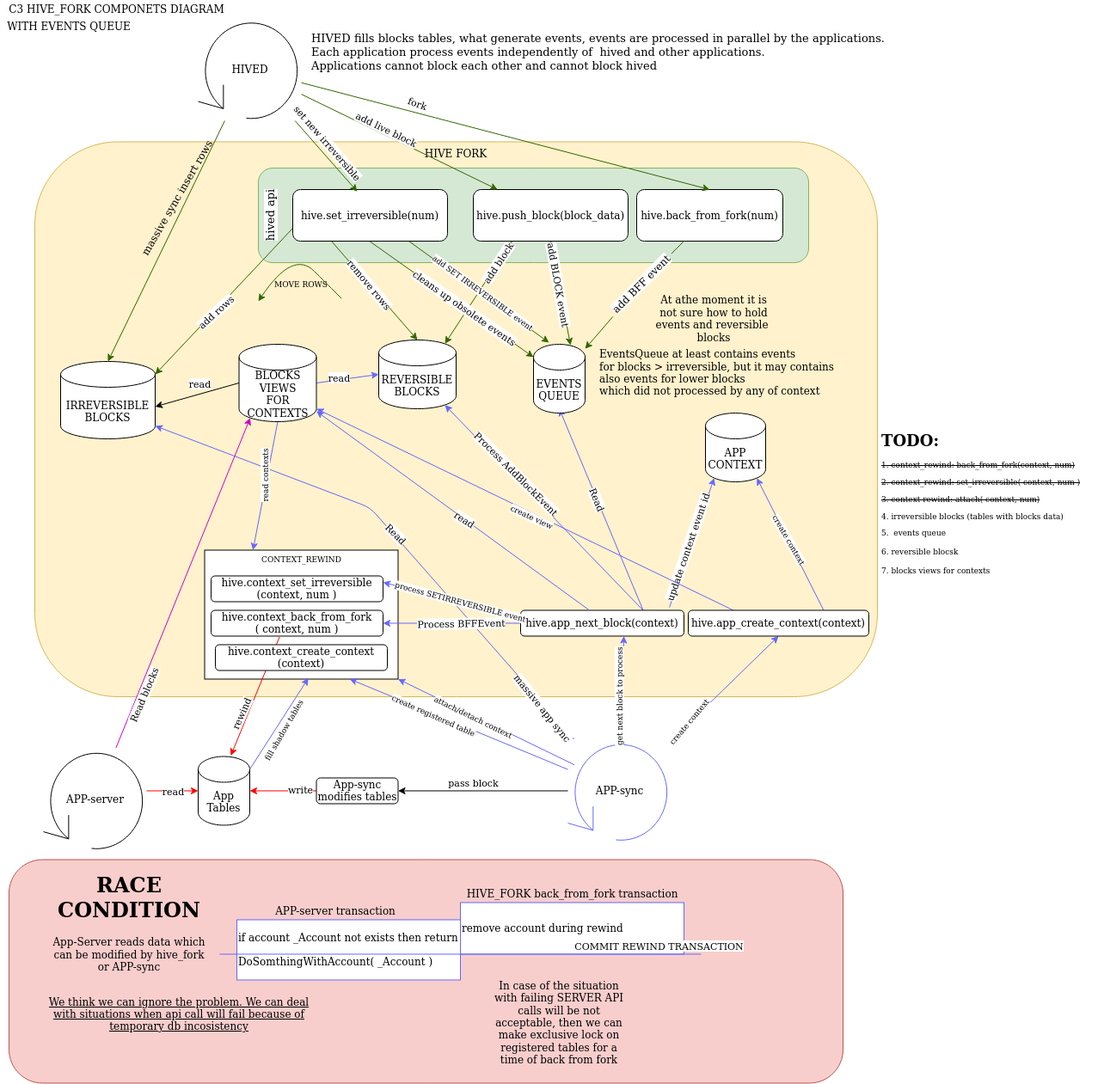
This is doc/evq_c3.png from openhive-network/HAfAH, a draw.io export, as it was before one commit. Source tidied: cells renumbered, new cells last; positions are measured from the earlier drawing's top-left corner, leaving out a move shared by most shapes.
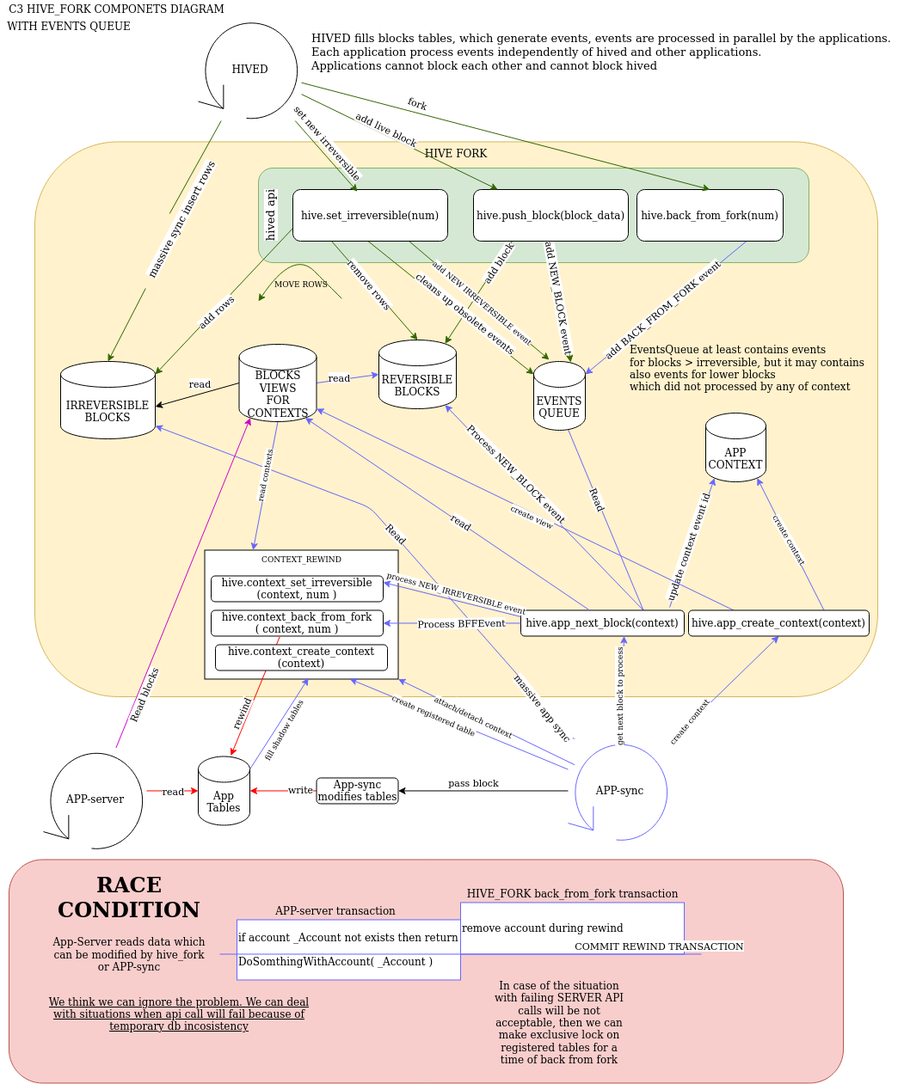
The same diagram one commit later.

Diff of the diagram source:
```diff
@@ -23,7 +23,7 @@
     <mxCell id="8" style="edgeStyle=none;rounded=0;jettySize=auto;html=1;exitX=0.5;exitY=1;exitDx=0;exitDy=0;strokeColor=#336600;entryX=0.717;entryY=0.013;entryDx=0;entryDy=0;entryPerimeter=0;" parent="1" edge="1" source="12" target="41">
       <mxGeometry relative="1" as="geometry" />
     </mxCell>
-    <mxCell id="9" value="add BLOCK event" style="edgeLabel;html=1;align=center;verticalAlign=middle;labelBackgroundColor=#ffffff;rotation=80;" parent="8" vertex="1">
+    <mxCell id="9" value="&lt;div&gt;add NEW_BLOCK event&lt;/div&gt;" style="edgeLabel;html=1;align=center;verticalAlign=middle;labelBackgroundColor=#ffffff;rotation=80;" parent="8" vertex="1">
       <mxGeometry x="0.49" y="2" relative="1" as="geometry">
         <mxPoint x="-9" y="-40" as="offset" />
       </mxGeometry>
@@ -47,9 +47,14 @@
         <mxPoint y="-4" as="offset" />
       </mxGeometry>
     </mxCell>
-    <mxCell id="15" style="edgeStyle=none;rounded=0;jettySize=auto;html=1;strokeColor=#336600;startArrow=none;" parent="1" edge="1" source="102" target="41">
-      <mxGeometry relative="1" as="geometry" />
-    </mxCell>
+    <mxCell id="110" style="edgeStyle=none;rounded=0;jettySize=auto;html=1;exitX=0.75;exitY=1;exitDx=0;exitDy=0;entryX=1;entryY=0;entryDx=0;entryDy=15;entryPerimeter=0;fontSize=11;fontColor=#000000;strokeColor=#6666FF;" parent="1" edge="1" source="16" target="41">
+      <mxGeometry relative="1" as="geometry" />
+    </mxCell>
+    <mxCell id="111" value="add BACK_FROM_FORK event" style="edgeLabel;html=1;align=center;verticalAlign=middle;fontSize=11;fontColor=#000000;rotation=320;" parent="110" vertex="1">
+      <mxGeometry x="0.17" y="-1" relative="1" as="geometry">
+        <mxPoint x="13" y="-10" as="offset" />
+      </mxGeometry>
+    </mxCell>
     <mxCell id="16" value="hive.back_from_fork(num)" style="rounded=1;whiteSpace=wrap;html=1;" parent="1" vertex="1">
       <mxGeometry x="740" y="220" width="170" height="60" as="geometry" />
     </mxCell>
@@ -96,7 +101,7 @@
         <mxPoint x="415" y="270" as="sourcePoint" />
       </mxGeometry>
     </mxCell>
-    <mxCell id="26" value="cleans up obsolete events" style="edgeLabel;html=1;align=center;verticalAlign=middle;fontColor=#000000;labelBackgroundColor=#ffffff;rotation=35;" parent="25" vertex="1">
+    <mxCell id="26" value="cleans up obsolete events" style="edgeLabel;html=1;align=center;verticalAlign=middle;fontColor=#000000;labelBackgroundColor=#ffffff;rotation=39;" parent="25" vertex="1">
       <mxGeometry x="-0.44" y="3" relative="1" as="geometry">
         <mxPoint x="66" y="49" as="offset" />
       </mxGeometry>
@@ -118,7 +123,7 @@
     <mxCell id="31" style="rounded=0;jettySize=auto;html=1;exitX=0.75;exitY=1;exitDx=0;exitDy=0;fontSize=9;fontColor=#000000;entryX=0.3;entryY=-0.025;entryDx=0;entryDy=0;entryPerimeter=0;strokeColor=#336600;" parent="1" edge="1" source="33" target="41">
       <mxGeometry relative="1" as="geometry" />
     </mxCell>
-    <mxCell id="32" value="add SET IRREVERSIBLE event" style="edgeLabel;html=1;align=center;verticalAlign=middle;fontSize=9;fontColor=#000000;labelBackgroundColor=#ffffff;rotation=36;" parent="31" vertex="1">
+    <mxCell id="32" value="add NEW IRREVERSIBLE event" style="edgeLabel;html=1;align=center;verticalAlign=middle;fontSize=9;fontColor=#000000;labelBackgroundColor=#ffffff;rotation=40;" parent="31" vertex="1">
       <mxGeometry x="0.22" y="3" relative="1" as="geometry">
         <mxPoint x="-16" y="-10" as="offset" />
       </mxGeometry>
@@ -156,7 +161,7 @@
       </mxGeometry>
     </mxCell>
     <mxCell id="41" value="&lt;div&gt;EVENTS&lt;/div&gt;&lt;div&gt;QUEUE&lt;br&gt;&lt;/div&gt;" style="shape=cylinder3;whiteSpace=wrap;html=1;boundedLbl=1;backgroundOutline=1;size=15;fontColor=#000000;align=center;" parent="1" vertex="1">
-      <mxGeometry x="620" y="400" width="60" height="80" as="geometry" />
+      <mxGeometry x="620" y="420" width="60" height="80" as="geometry" />
     </mxCell>
     <mxCell id="42" value="&lt;div&gt;REVERSIBLE&lt;/div&gt;&lt;div&gt;BLOCKS&lt;br&gt;&lt;/div&gt;" style="shape=cylinder3;whiteSpace=wrap;html=1;boundedLbl=1;backgroundOutline=1;size=15;" parent="1" vertex="1">
       <mxGeometry x="440" y="395" width="90" height="80" as="geometry" />
@@ -164,7 +169,7 @@
     <mxCell id="43" style="edgeStyle=none;rounded=0;jettySize=auto;html=1;exitX=0.75;exitY=0;exitDx=0;exitDy=0;entryX=0.855;entryY=1;entryDx=0;entryDy=-4.35;entryPerimeter=0;fontColor=#000000;strokeColor=#6666FF;" parent="1" edge="1" source="49" target="42">
       <mxGeometry relative="1" as="geometry" />
     </mxCell>
-    <mxCell id="44" value="&lt;div&gt;Process AddBlockEvent&lt;br&gt;&lt;/div&gt;" style="edgeLabel;html=1;align=center;verticalAlign=middle;fontColor=#000000;labelBackgroundColor=#ffffff;rotation=45;" parent="43" vertex="1">
+    <mxCell id="44" value="&lt;div&gt;Process NEW_BLOCK event&lt;br&gt;&lt;/div&gt;" style="edgeLabel;html=1;align=center;verticalAlign=middle;fontColor=#000000;labelBackgroundColor=#ffffff;rotation=45;" parent="43" vertex="1">
       <mxGeometry x="0.16" y="-3" relative="1" as="geometry">
         <mxPoint x="-16" y="-19" as="offset" />
       </mxGeometry>
@@ -188,7 +193,7 @@
     <mxCell id="49" value="hive.app_next_block(context)" style="rounded=1;whiteSpace=wrap;html=1;fontColor=#000000;align=center;" parent="1" vertex="1">
       <mxGeometry x="605" y="709.5" width="190" height="30" as="geometry" />
     </mxCell>
-    <mxCell id="50" style="endArrow=classic;html=1;fontColor=#000000;exitX=0.421;exitY=0;exitDx=0;exitDy=0;exitPerimeter=0;strokeColor=#6666FF;" parent="1" edge="1" source="49" target="77">
+    <mxCell id="50" style="endArrow=classic;html=1;fontColor=#000000;exitX=0.421;exitY=0;exitDx=0;exitDy=0;exitPerimeter=0;strokeColor=#6666FF;entryX=0.855;entryY=1;entryDx=0;entryDy=-4.35;entryPerimeter=0;" parent="1" edge="1" source="49" target="77">
       <mxGeometry relative="1" as="geometry" />
     </mxCell>
     <mxCell id="51" value="read" style="edgeLabel;html=1;align=center;verticalAlign=middle;fontColor=#000000;rotation=33;" parent="50" vertex="1">
@@ -251,11 +256,8 @@
         <mxPoint x="785" y="1104.5" as="targetPoint" />
       </mxGeometry>
     </mxCell>
-    <mxCell id="67" value="At athe moment it is not sure how to hold events and reversible&amp;nbsp; blocks" style="text;html=1;strokeColor=none;fillColor=none;align=center;verticalAlign=middle;whiteSpace=wrap;rounded=0;labelBackgroundColor=none;fontColor=#000000;" parent="1" vertex="1">
-      <mxGeometry x="760" y="360" width="140" height="20" as="geometry" />
-    </mxCell>
     <mxCell id="68" value="&lt;div align=&quot;left&quot;&gt;EventsQueue at least contains events&lt;/div&gt;&lt;div align=&quot;left&quot;&gt;for blocks &amp;gt; irreversible, but it may contains&lt;/div&gt;&lt;div align=&quot;left&quot;&gt;also events for lower blocks&lt;/div&gt;&lt;div align=&quot;left&quot;&gt;which did not processed by any of context&lt;br&gt;&lt;/div&gt;&lt;div align=&quot;left&quot;&gt;&lt;br&gt;&lt;/div&gt;" style="text;html=1;align=left;verticalAlign=middle;strokeColor=none;fontColor=#000000;" parent="1" vertex="1">
-      <mxGeometry x="695" y="400" width="290" height="80" as="geometry" />
+      <mxGeometry x="730" y="395" width="290" height="80" as="geometry" />
     </mxCell>
     <mxCell id="69" value="We think we can ignore the problem. We can deal with situations when api call will fail because of temporary db incosistency" style="text;html=1;strokeColor=none;fillColor=none;align=center;verticalAlign=middle;whiteSpace=wrap;rounded=0;labelBackgroundColor=none;fontColor=#000000;fontStyle=4;" parent="1" vertex="1">
       <mxGeometry x="47.5" y="1169.5" width="320" height="20" as="geometry" />
@@ -280,7 +282,7 @@
     <mxCell id="75" style="edgeStyle=none;rounded=0;jettySize=auto;html=1;exitX=0.5;exitY=1;exitDx=0;exitDy=0;exitPerimeter=0;entryX=0.25;entryY=0;entryDx=0;entryDy=0;fontSize=9;fontColor=#000000;strokeColor=#6666FF;" parent="1" edge="1" source="77" target="81">
       <mxGeometry relative="1" as="geometry" />
     </mxCell>
-    <mxCell id="76" value="read contexts" style="edgeLabel;html=1;align=center;verticalAlign=middle;fontSize=9;fontColor=#000000;rotation=-90;" parent="75" vertex="1">
+    <mxCell id="76" value="read contexts" style="edgeLabel;html=1;align=center;verticalAlign=middle;fontSize=9;fontColor=#000000;rotation=281;" parent="75" vertex="1">
       <mxGeometry x="-0.3" y="-3" relative="1" as="geometry">
         <mxPoint x="-2" y="12" as="offset" />
       </mxGeometry>
@@ -288,12 +290,9 @@
     <mxCell id="77" value="&lt;div&gt;BLOCKS&lt;/div&gt;&lt;div&gt;VIEWS&lt;/div&gt;&lt;div&gt;FOR CONTEXTS&lt;br&gt;&lt;/div&gt;" style="shape=cylinder3;whiteSpace=wrap;html=1;boundedLbl=1;backgroundOutline=1;size=15;" parent="1" vertex="1">
       <mxGeometry x="277.5" y="400" width="90" height="90" as="geometry" />
     </mxCell>
-    <mxCell id="78" style="endArrow=classic;html=1;strokeColor=#336600;entryX=0.5;entryY=0;entryDx=0;entryDy=0;entryPerimeter=0;" parent="1" edge="1" source="5" target="22">
+    <mxCell id="78" style="endArrow=classic;html=1;strokeColor=#336600;entryX=0.5;entryY=0;entryDx=0;entryDy=0;entryPerimeter=0;startArrow=none;" parent="1" edge="1" source="79" target="22">
       <mxGeometry relative="1" as="geometry" />
     </mxCell>
-    <mxCell id="79" value="massive sync insert rows" style="text;html=1;align=center;verticalAlign=middle;points=[];strokeColor=none;rotation=-60;" parent="1" vertex="1">
-      <mxGeometry x="120" y="220" width="170" height="20" as="geometry" />
-    </mxCell>
     <mxCell id="80" value="MOVE ROWS" style="text;html=1;strokeColor=none;fillColor=none;align=center;verticalAlign=middle;whiteSpace=wrap;rounded=0;labelBackgroundColor=none;fontSize=9;" parent="1" vertex="1">
       <mxGeometry x="305" y="320" width="90" height="20" as="geometry" />
     </mxCell>
@@ -347,9 +346,9 @@
     <mxCell id="94" style="edgeStyle=none;rounded=0;jettySize=auto;html=1;exitX=0;exitY=0.25;exitDx=0;exitDy=0;entryX=1;entryY=0.25;entryDx=0;entryDy=0;fontSize=9;fontColor=#000000;strokeColor=#6666FF;" parent="1" edge="1" source="49" target="93">
       <mxGeometry relative="1" as="geometry" />
     </mxCell>
-    <mxCell id="95" value="process SETIRREVERSIBLE event" style="edgeLabel;html=1;align=center;verticalAlign=middle;fontSize=9;fontColor=#000000;rotation=15;" parent="94" vertex="1">
+    <mxCell id="95" value="process NEW_IRREVERSIBLE event" style="edgeLabel;html=1;align=center;verticalAlign=middle;fontSize=9;fontColor=#000000;rotation=15;" parent="94" vertex="1">
       <mxGeometry x="-0.4" y="2" relative="1" as="geometry">
-        <mxPoint x="-21" y="-7" as="offset" />
+        <mxPoint x="-26" y="-17" as="offset" />
       </mxGeometry>
     </mxCell>
     <mxCell id="96" style="edgeStyle=none;rounded=0;jettySize=auto;html=1;exitX=0.75;exitY=0;exitDx=0;exitDy=0;entryX=0.855;entryY=1;entryDx=0;entryDy=-4.35;fontSize=9;fontColor=#000000;strokeColor=#6666FF;entryPerimeter=0;" parent="1" edge="1" source="100" target="109">
@@ -374,15 +373,6 @@
     <mxCell id="101" value="&lt;div&gt;hive.context_create_context&lt;/div&gt;&lt;div&gt;(context)&lt;/div&gt;" style="rounded=1;whiteSpace=wrap;html=1;fontColor=#000000;align=center;" parent="1" vertex="1">
       <mxGeometry x="250" y="749.5" width="200" height="30" as="geometry" />
     </mxCell>
-    <mxCell id="102" value="add BFF event" style="text;html=1;align=center;verticalAlign=middle;points=[];strokeColor=none;rotation=-45;labelBackgroundColor=#ffffff;" parent="1" vertex="1">
-      <mxGeometry x="695" y="320" width="100" height="20" as="geometry" />
-    </mxCell>
-    <mxCell id="103" style="edgeStyle=none;rounded=0;jettySize=auto;html=1;strokeColor=#336600;endArrow=none;" parent="1" edge="1" source="16" target="102">
-      <mxGeometry relative="1" as="geometry" />
-    </mxCell>
-    <mxCell id="104" value="&lt;h1&gt;TODO:&lt;/h1&gt;&lt;p&gt;&lt;strike&gt;1. context_rewind: back_from_fork(context, num)&lt;/strike&gt;&lt;br&gt;&lt;/p&gt;&lt;p&gt;&lt;strike&gt;2. context_rewind: set_irreversible( context, num )&lt;/strike&gt;&lt;/p&gt;&lt;p&gt;&lt;strike&gt;3. context rewind: attach( context, num)&lt;/strike&gt;&lt;br&gt;&lt;/p&gt;&lt;p&gt;4. irreversible blocks (tables with blocks data)&lt;br&gt;&lt;/p&gt;&lt;div&gt;5.&amp;nbsp; events queue&lt;/div&gt;&lt;div&gt;&lt;br&gt;&lt;/div&gt;&lt;div&gt;6. reversible blocsk&lt;/div&gt;&lt;div&gt;&lt;br&gt;&lt;/div&gt;&lt;div&gt;7. blocks views for contexts&lt;br&gt;&lt;/div&gt;" style="text;html=1;strokeColor=none;fillColor=none;spacing=5;spacingTop=-20;whiteSpace=wrap;overflow=hidden;rounded=0;labelBackgroundColor=#ffffff;fontSize=9;fontColor=#000000;" parent="1" vertex="1">
-      <mxGeometry x="1020" y="500" width="270" height="190" as="geometry" />
-    </mxCell>
     <mxCell id="105" style="endArrow=classic;html=1;fontSize=9;fontColor=#000000;strokeColor=#6666FF;entryX=1;entryY=1;entryDx=0;entryDy=0;" parent="1" edge="1" target="81">
       <mxGeometry relative="1" as="geometry">
         <mxPoint x="667.5" y="889.2" as="sourcePoint" />
@@ -391,8 +381,8 @@
     <mxCell id="106" value="attach/detach context" style="edgeLabel;html=1;align=center;verticalAlign=middle;fontSize=9;fontColor=#000000;rotation=26;" parent="105" vertex="1">
       <mxGeometry x="0.14" y="1" relative="1" as="geometry" />
     </mxCell>
-    <mxCell id="107" value="&lt;div style=&quot;font-size: 13px&quot;&gt;HIVED fills blocks tables, what generate events, events are processed in parallel by the applications.&lt;/div&gt;&lt;div style=&quot;font-size: 13px&quot;&gt;Each application process events independently of&amp;nbsp; hived and other applications.&lt;/div&gt;&lt;div style=&quot;font-size: 13px&quot;&gt;Applications cannot block each other and cannot block hived&lt;br style=&quot;font-size: 13px&quot;&gt;&lt;/div&gt;" style="text;html=1;align=left;verticalAlign=middle;strokeColor=none;fontSize=13;fontColor=#000000;" parent="1" vertex="1">
-      <mxGeometry x="360" y="35" width="680" height="50" as="geometry" />
+    <mxCell id="107" value="&lt;div style=&quot;font-size: 13px&quot;&gt;HIVED fills blocks tables, which generate events, events are processed in parallel by the applications.&lt;/div&gt;&lt;div style=&quot;font-size: 13px&quot;&gt;Each application process events independently of hived and other applications.&lt;/div&gt;&lt;div style=&quot;font-size: 13px&quot;&gt;Applications cannot block each other and cannot block hived&lt;br style=&quot;font-size: 13px&quot;&gt;&lt;/div&gt;" style="text;html=1;align=left;verticalAlign=middle;strokeColor=none;fontSize=13;fontColor=#000000;" parent="1" vertex="1">
+      <mxGeometry x="360" y="35" width="690" height="50" as="geometry" />
     </mxCell>
     <mxCell id="108" style="curved=1;endArrow=classic;html=1;strokeColor=#336600;" parent="1" edge="1">
       <mxGeometry relative="1" as="geometry">
@@ -408,5 +398,11 @@
     <mxCell id="109" value="APP CONTEXT" style="shape=cylinder3;whiteSpace=wrap;html=1;boundedLbl=1;backgroundOutline=1;size=15;fontColor=#000000;align=center;" parent="1" vertex="1">
       <mxGeometry x="820" y="480" width="70" height="80" as="geometry" />
     </mxCell>
+    <mxCell id="79" value="massive sync insert rows" style="text;html=1;align=center;verticalAlign=middle;points=[];strokeColor=none;rotation=298;spacing=5;labelBackgroundColor=#ffffff;" parent="1" vertex="1">
+      <mxGeometry x="120" y="240" width="180" height="30" as="geometry" />
+    </mxCell>
+    <mxCell id="112" style="endArrow=none;html=1;strokeColor=#336600;entryX=0.5;entryY=0;entryDx=0;entryDy=0;entryPerimeter=0;" parent="1" edge="1" source="5" target="79">
+      <mxGeometry relative="1" as="geometry" />
+    </mxCell>
   </root>
 </mxGraphModel>
```
